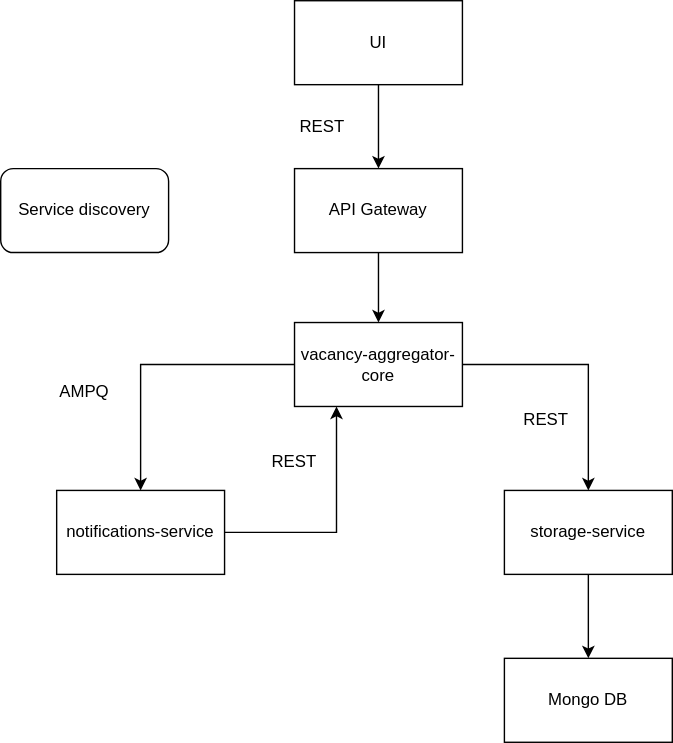
Before: vacancy-aggregator.svg, a diagram exported from draw.io (Dmitriy-G/vacancy-aggregator-micro). Source tidied: cells renumbered, new cells last; positions are measured from the earlier drawing's top-left corner, leaving out a move shared by most shapes.
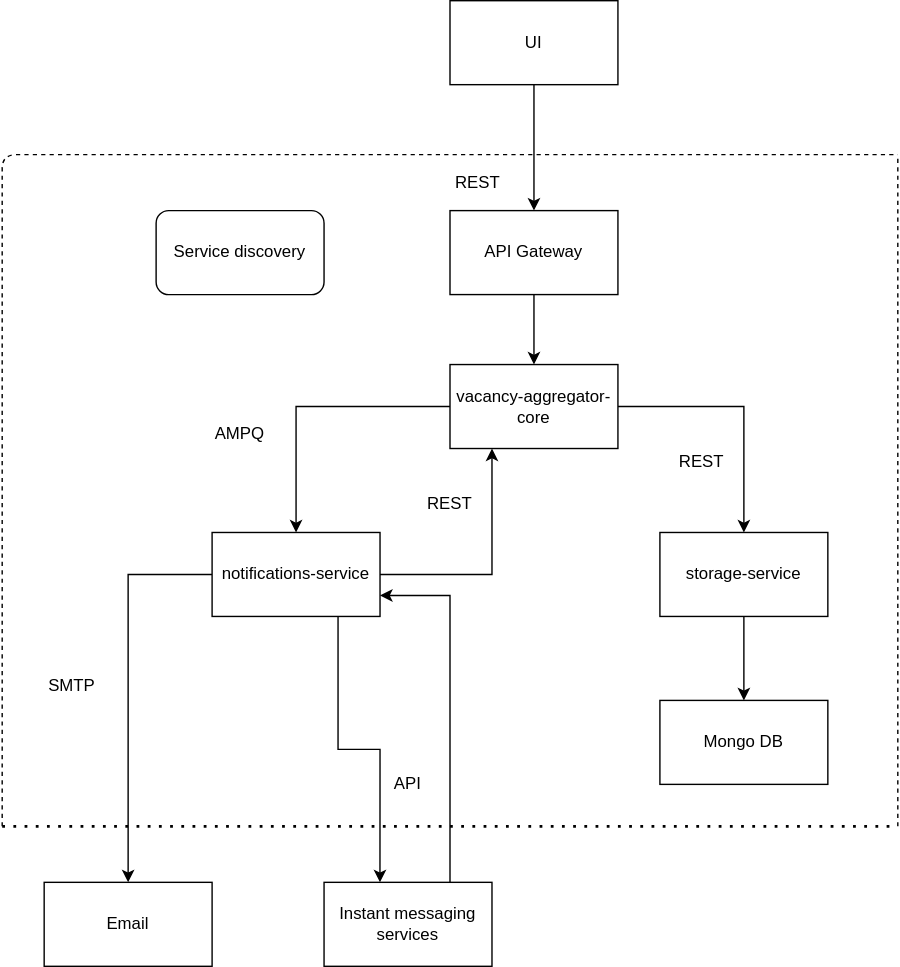
After the commit.

The edit, as a diff of the source:
```diff
@@ -6,7 +6,7 @@
       <mxGeometry relative="1" as="geometry" />
     </mxCell>
     <mxCell id="3" value="UI" style="rounded=0;whiteSpace=wrap;html=1;" parent="1" vertex="1">
-      <mxGeometry x="210" width="120" height="60" as="geometry" />
+      <mxGeometry x="210" y="-30" width="120" height="60" as="geometry" />
     </mxCell>
     <mxCell id="4" style="edgeStyle=orthogonalEdgeStyle;rounded=0;jettySize=auto;html=1;exitX=0.5;exitY=1;exitDx=0;exitDy=0;entryX=0.5;entryY=0;entryDx=0;entryDy=0;" parent="1" edge="1" source="5" target="9">
       <mxGeometry relative="1" as="geometry" />
@@ -15,7 +15,7 @@
       <mxGeometry x="210" y="120" width="120" height="60" as="geometry" />
     </mxCell>
     <mxCell id="6" value="REST" style="text;html=1;strokeColor=none;fillColor=none;align=center;verticalAlign=middle;whiteSpace=wrap;rounded=0;" parent="1" vertex="1">
-      <mxGeometry x="210" y="80" width="40" height="20" as="geometry" />
+      <mxGeometry x="210" y="90" width="40" height="20" as="geometry" />
     </mxCell>
     <mxCell id="7" style="edgeStyle=orthogonalEdgeStyle;rounded=0;jettySize=auto;html=1;exitX=1;exitY=0.5;exitDx=0;exitDy=0;" parent="1" edge="1" source="9" target="11">
       <mxGeometry relative="1" as="geometry" />
@@ -35,6 +35,12 @@
     <mxCell id="12" style="edgeStyle=orthogonalEdgeStyle;rounded=0;jettySize=auto;html=1;exitX=1;exitY=0.5;exitDx=0;exitDy=0;entryX=0.25;entryY=1;entryDx=0;entryDy=0;" parent="1" edge="1" source="13" target="9">
       <mxGeometry relative="1" as="geometry" />
     </mxCell>
+    <mxCell id="19" style="edgeStyle=orthogonalEdgeStyle;rounded=0;jettySize=auto;html=1;exitX=0.75;exitY=1;exitDx=0;exitDy=0;entryX=0.333;entryY=0;entryDx=0;entryDy=0;entryPerimeter=0;" parent="1" edge="1" source="13" target="22">
+      <mxGeometry relative="1" as="geometry" />
+    </mxCell>
+    <mxCell id="20" style="edgeStyle=orthogonalEdgeStyle;rounded=0;jettySize=auto;html=1;exitX=0;exitY=0.5;exitDx=0;exitDy=0;" parent="1" edge="1" source="13" target="23">
+      <mxGeometry relative="1" as="geometry" />
+    </mxCell>
     <mxCell id="13" value="notifications-service" style="rounded=0;whiteSpace=wrap;html=1;" parent="1" vertex="1">
       <mxGeometry x="40" y="350" width="120" height="60" as="geometry" />
     </mxCell>
@@ -53,5 +59,41 @@
     <mxCell id="18" value="Service discovery" style="rounded=1;whiteSpace=wrap;html=1;" parent="1" vertex="1">
       <mxGeometry y="120" width="120" height="60" as="geometry" />
     </mxCell>
+    <mxCell id="21" style="edgeStyle=orthogonalEdgeStyle;rounded=0;jettySize=auto;html=1;exitX=0.75;exitY=0;exitDx=0;exitDy=0;entryX=1;entryY=0.75;entryDx=0;entryDy=0;" parent="1" edge="1" source="22" target="13">
+      <mxGeometry relative="1" as="geometry" />
+    </mxCell>
+    <mxCell id="22" value="Instant messaging services" style="rounded=0;whiteSpace=wrap;html=1;" parent="1" vertex="1">
+      <mxGeometry x="120" y="600" width="120" height="60" as="geometry" />
+    </mxCell>
+    <mxCell id="23" value="Email" style="rounded=0;whiteSpace=wrap;html=1;" parent="1" vertex="1">
+      <mxGeometry x="-80" y="600" width="120" height="60" as="geometry" />
+    </mxCell>
+    <mxCell id="24" value="API" style="text;html=1;strokeColor=none;fillColor=none;align=center;verticalAlign=middle;whiteSpace=wrap;rounded=0;" parent="1" vertex="1">
+      <mxGeometry x="160" y="520" width="40" height="20" as="geometry" />
+    </mxCell>
+    <mxCell id="25" value="SMTP" style="text;html=1;strokeColor=none;fillColor=none;align=center;verticalAlign=middle;whiteSpace=wrap;rounded=0;" parent="1" vertex="1">
+      <mxGeometry x="-80" y="450" width="40" height="20" as="geometry" />
+    </mxCell>
+    <mxCell id="26" style="endArrow=none;dashed=1;html=1;" parent="1" edge="1">
+      <mxGeometry relative="1" as="geometry">
+        <mxPoint x="-110" y="560" as="sourcePoint" />
+        <mxPoint x="530" y="80" as="targetPoint" />
+        <Array as="points">
+          <mxPoint x="-110" y="80" />
+        </Array>
+      </mxGeometry>
+    </mxCell>
+    <mxCell id="27" style="endArrow=none;dashed=1;html=1;" parent="1" edge="1">
+      <mxGeometry relative="1" as="geometry">
+        <mxPoint x="530" y="560" as="sourcePoint" />
+        <mxPoint x="530" y="80" as="targetPoint" />
+      </mxGeometry>
+    </mxCell>
+    <mxCell id="28" style="endArrow=none;dashed=1;html=1;dashPattern=1 3;strokeWidth=2;" parent="1" edge="1">
+      <mxGeometry relative="1" as="geometry">
+        <mxPoint x="-110" y="560" as="sourcePoint" />
+        <mxPoint x="530" y="560" as="targetPoint" />
+      </mxGeometry>
+    </mxCell>
   </root>
 </mxGraphModel>
```
